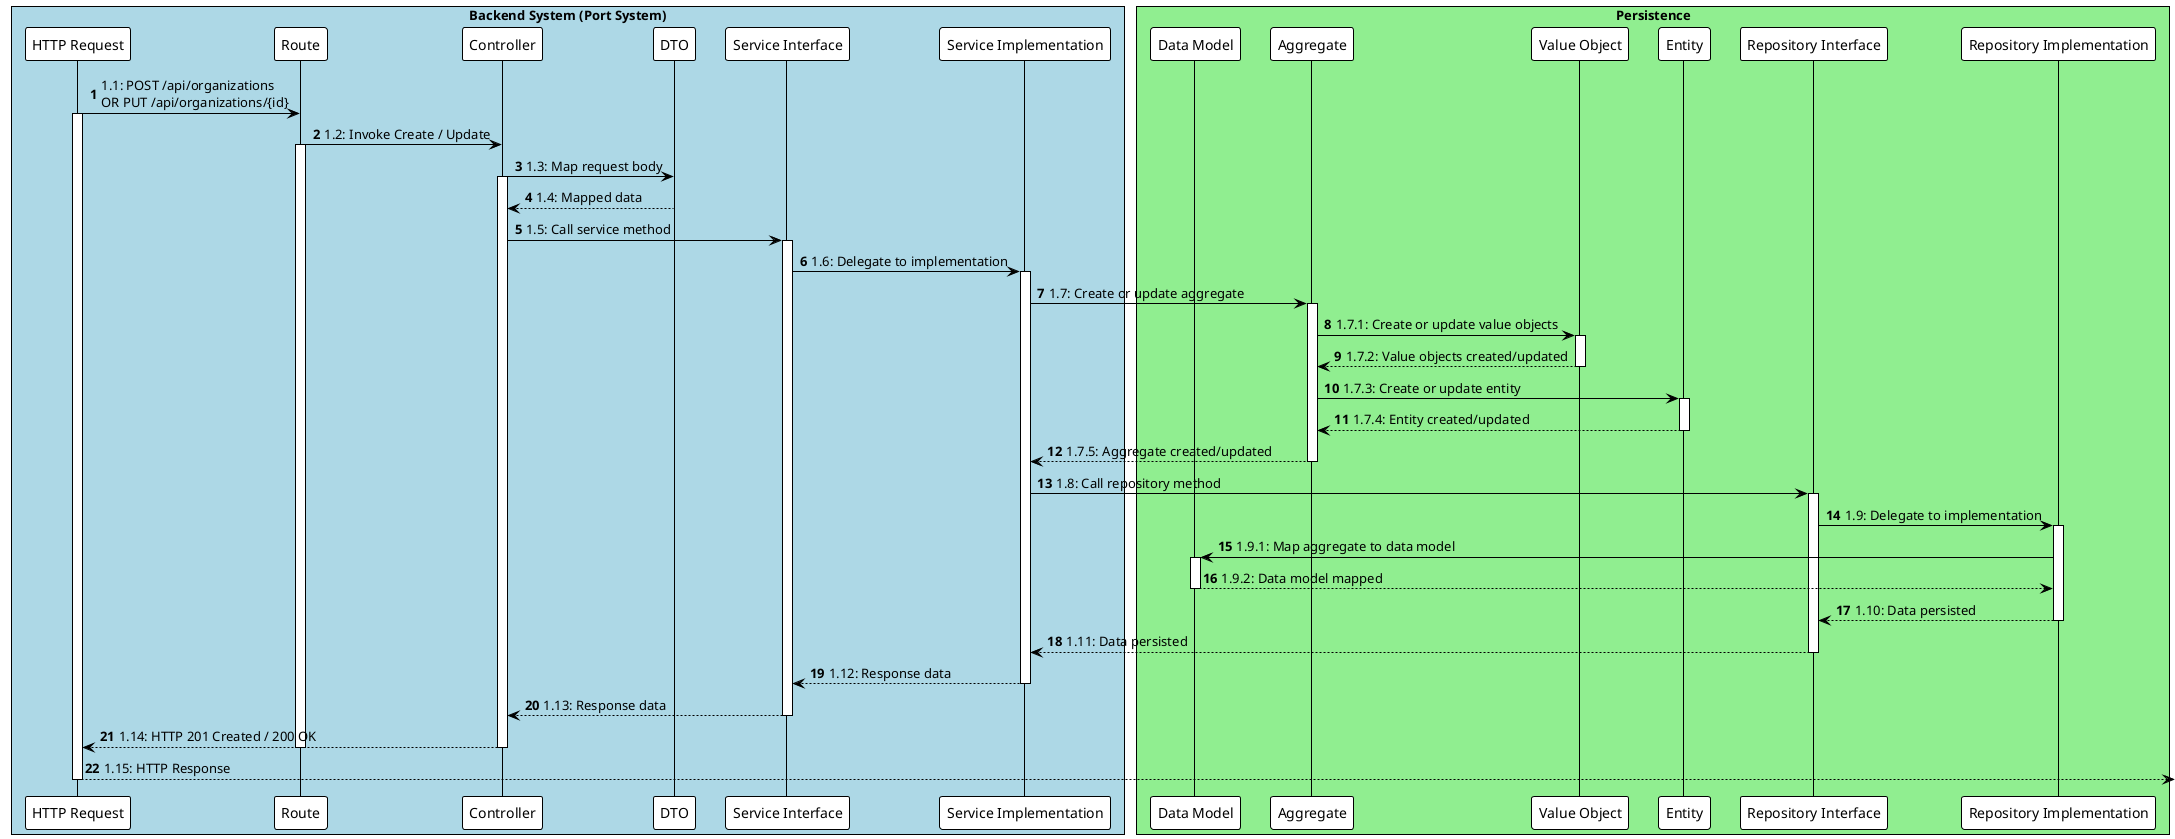
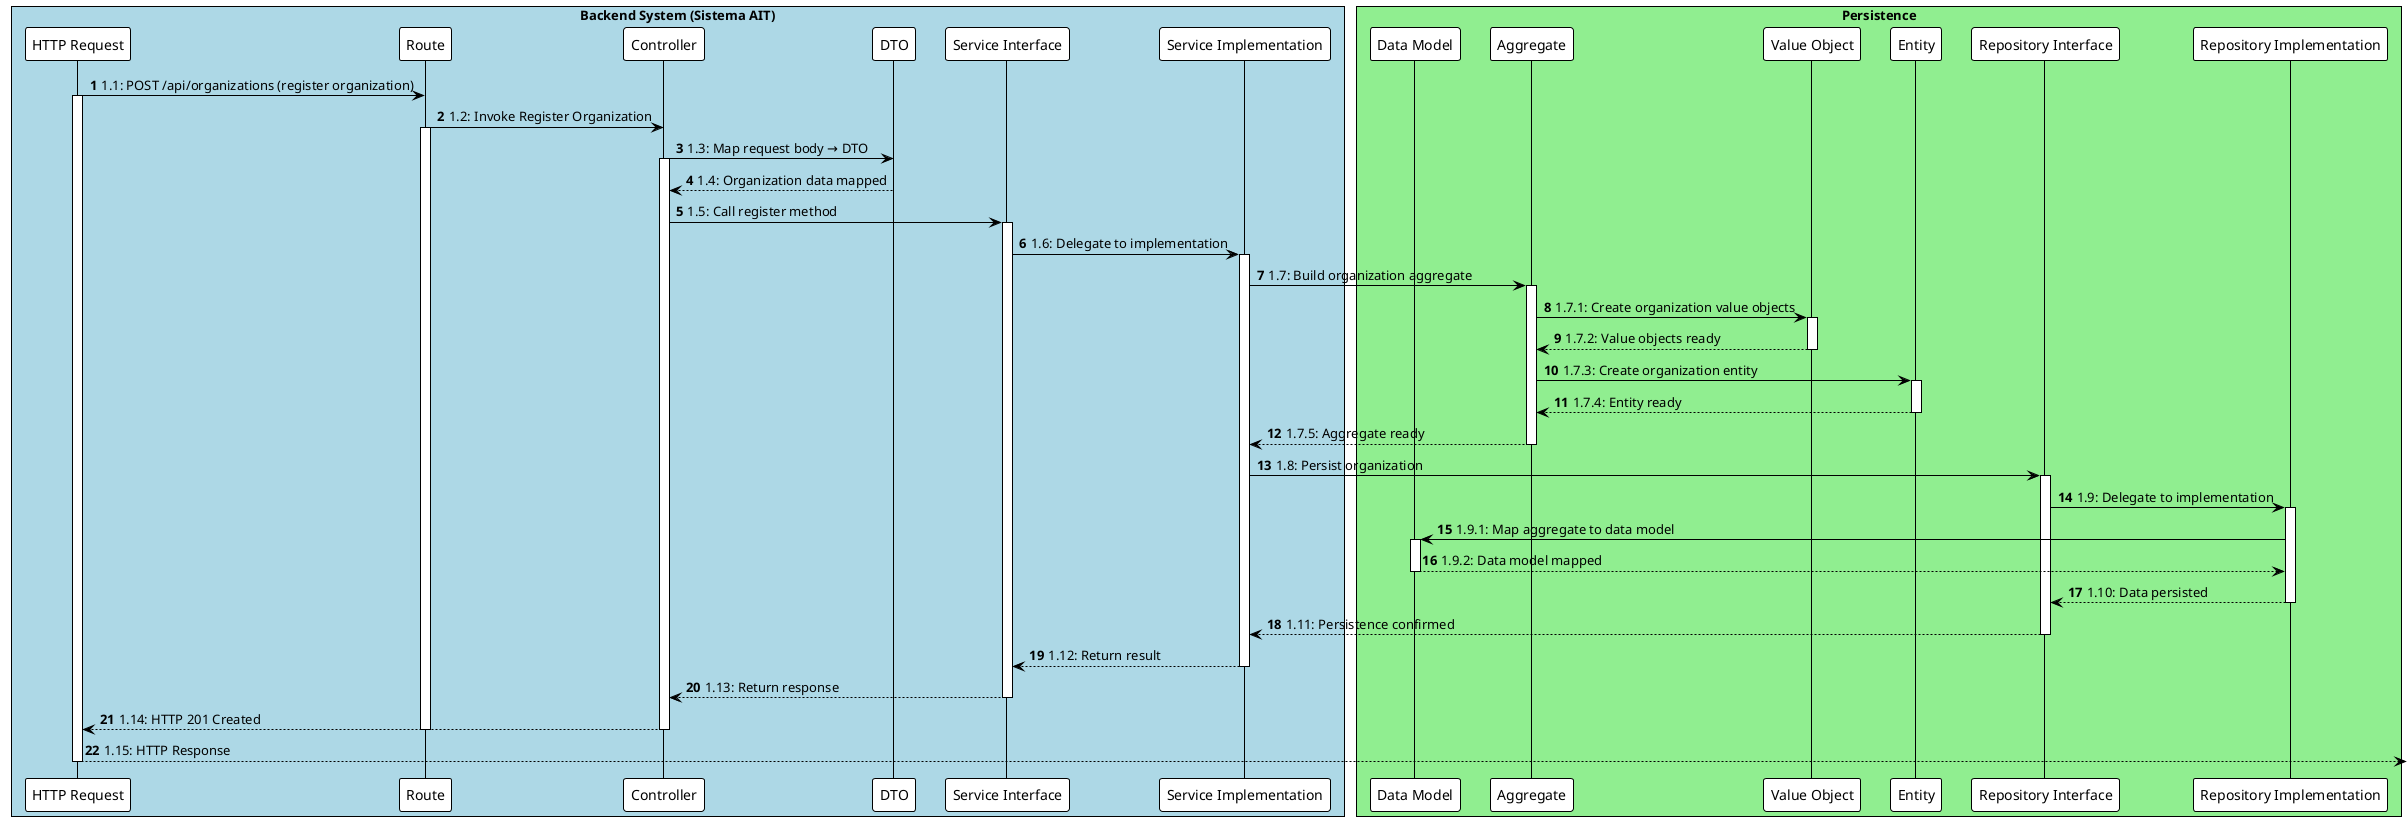
@startuml
!theme plain
autonumber

- box "Backend System (Port System)" #LightBlue
+ box "Backend System (Sistema AIT)" #LightBlue
    participant "HTTP Request" as HttpRequest
    participant "Route" as Route
    participant "Controller" as Controller
    participant "DTO" as Dto
    participant "Service Interface" as ServiceInterface
    participant "Service Implementation" as ServiceImpl
    box "Persistence" #LightGreen
        participant "Data Model" as DataModel
        participant "Aggregate" as Aggregate
        participant "Value Object" as ValueObject
        participant "Entity" as Entity
        participant "Repository Interface" as RepoInterface
        participant "Repository Implementation" as RepoImpl
    end box
end box

- HttpRequest -> Route : 1.1: POST /api/organizations\nOR PUT /api/organizations/{id}
+ HttpRequest -> Route : 1.1: POST /api/organizations (register organization)
activate HttpRequest
- Route -> Controller : 1.2: Invoke Create / Update
+ Route -> Controller : 1.2: Invoke Register Organization
activate Route
- Controller -> Dto : 1.3: Map request body
+ Controller -> Dto : 1.3: Map request body → DTO
activate Controller
- Dto --> Controller : 1.4: Mapped data
+ Dto --> Controller : 1.4: Organization data mapped
deactivate Dto
- Controller -> ServiceInterface : 1.5: Call service method
+ Controller -> ServiceInterface : 1.5: Call register method
activate ServiceInterface
ServiceInterface -> ServiceImpl : 1.6: Delegate to implementation
activate ServiceImpl
- ServiceImpl -> Aggregate : 1.7: Create or update aggregate
+ ServiceImpl -> Aggregate : 1.7: Build organization aggregate
activate Aggregate
- Aggregate -> ValueObject : 1.7.1: Create or update value objects
+ Aggregate -> ValueObject : 1.7.1: Create organization value objects
activate ValueObject
- ValueObject --> Aggregate : 1.7.2: Value objects created/updated
+ ValueObject --> Aggregate : 1.7.2: Value objects ready
deactivate ValueObject
- Aggregate -> Entity : 1.7.3: Create or update entity
+ Aggregate -> Entity : 1.7.3: Create organization entity
activate Entity
- Entity --> Aggregate : 1.7.4: Entity created/updated
+ Entity --> Aggregate : 1.7.4: Entity ready
deactivate Entity
- Aggregate --> ServiceImpl : 1.7.5: Aggregate created/updated
+ Aggregate --> ServiceImpl : 1.7.5: Aggregate ready
deactivate Aggregate
- ServiceImpl -> RepoInterface : 1.8: Call repository method
+ ServiceImpl -> RepoInterface : 1.8: Persist organization
activate RepoInterface
RepoInterface -> RepoImpl : 1.9: Delegate to implementation
activate RepoImpl
RepoImpl -> DataModel : 1.9.1: Map aggregate to data model
activate DataModel
DataModel --> RepoImpl : 1.9.2: Data model mapped
deactivate DataModel
RepoImpl --> RepoInterface : 1.10: Data persisted
deactivate RepoImpl
- RepoInterface --> ServiceImpl : 1.11: Data persisted
+ RepoInterface --> ServiceImpl : 1.11: Persistence confirmed
deactivate RepoInterface
- ServiceImpl --> ServiceInterface : 1.12: Response data
+ ServiceImpl --> ServiceInterface : 1.12: Return result
deactivate ServiceImpl
- ServiceInterface --> Controller : 1.13: Response data
+ ServiceInterface --> Controller : 1.13: Return response
deactivate ServiceInterface
- Controller --> HttpRequest : 1.14: HTTP 201 Created / 200 OK
+ Controller --> HttpRequest : 1.14: HTTP 201 Created
deactivate Controller
deactivate Route
HttpRequest --> : 1.15: HTTP Response
deactivate HttpRequest

@enduml
